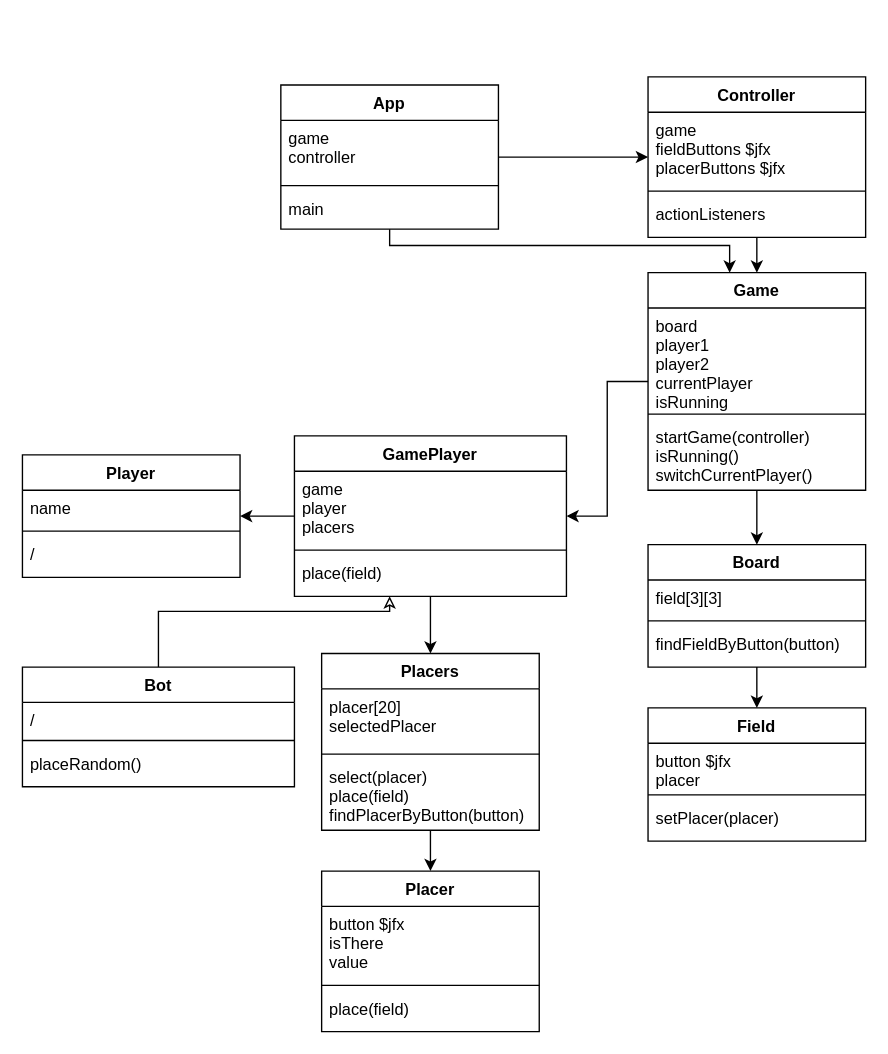
Earlier version of the draw.io diagram Diagrams/ClassDiagram.drawio (DustinScharf/TicTacTecToe). Source tidied: cells renumbered, new cells numbered last; positions are measured from the earlier drawing's top-left corner, leaving out a move shared by most shapes. Both pictures are drawn from the tidied source at 136%, with x=0, y=0 at pixel (22, 76).
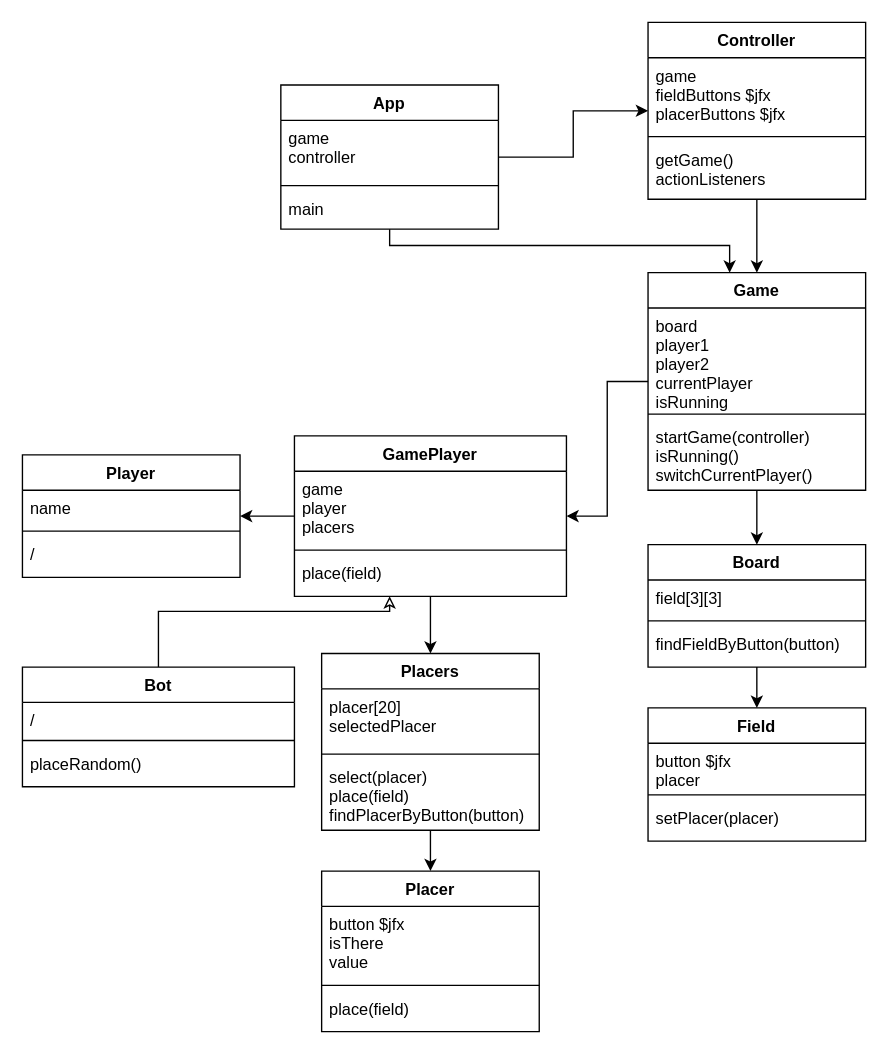
The same diagram, later.

Commit message:
Updated ClassDiagram due to implementation needs

What changed in the source:
```diff
@@
     <mxCell id="37" value="Controller" style="swimlane;fontStyle=1;align=center;verticalAlign=top;horizontal=1;startSize=26;" parent="1" vertex="1">
-      <mxGeometry x="460" width="160" height="118" as="geometry" />
+      <mxGeometry x="460" y="-40" width="160" height="130" as="geometry" />
     </mxCell>
@@
-    <mxCell id="40" value="actionListeners" style="text;strokeColor=none;fillColor=none;align=left;verticalAlign=top;spacingLeft=4;spacingRight=4;overflow=hidden;" parent="37" vertex="1">
-      <mxGeometry y="88" width="160" height="30" as="geometry" />
+    <mxCell id="40" value="getGame()&#10;actionListeners" style="text;strokeColor=none;fillColor=none;align=left;verticalAlign=top;spacingLeft=4;spacingRight=4;overflow=hidden;" parent="37" vertex="1">
+      <mxGeometry y="88" width="160" height="42" as="geometry" />
     </mxCell>
```
